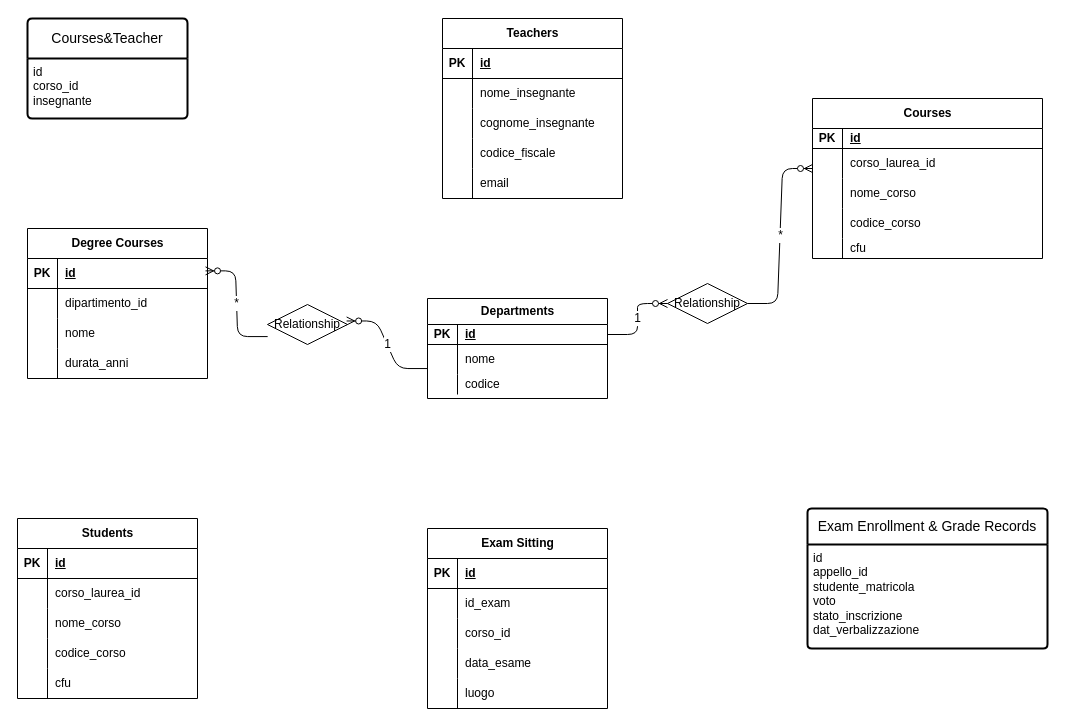
GianniVita/db-university keeps this draw.io diagram as ER.drawio. Above is the earlier version. Source tidied: cells renumbered, new cells numbered last; positions are measured from the earlier drawing's top-left corner, leaving out a move shared by most shapes. Both pictures are drawn from the tidied source at 100%, with x=0, y=0 at pixel (17, 18).
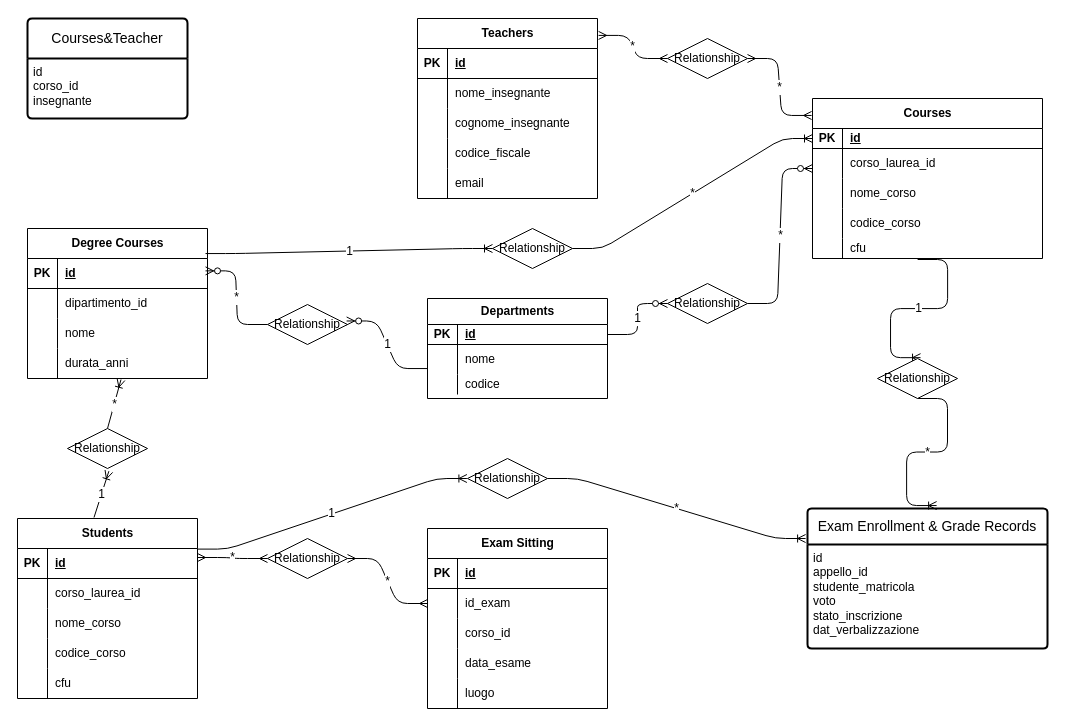
After the change.

Commit message:
refactor university database schema for improved clarity and organization

Unchanged cells that the change refers to:
```xml
<mxCell id="12" value="Degree Courses" style="shape=table;startSize=30;childLayout=tableLayout;rowLines=0;fontStyle=1;align=center;html=1;" parent="1" vertex="1">
  <mxGeometry x="10" y="210" width="180" height="150" as="geometry" />
</mxCell>
<mxCell id="13" style="shape=tableRow;horizontal=0;startSize=0;swimlaneHead=0;swimlaneBody=0;fillColor=none;points=[[0,0.5],[1,0.5]];portConstraint=eastwest;top=0;left=0;right=0;bottom=1;" parent="12" vertex="1">
  <mxGeometry y="30" width="180" height="30" as="geometry" />
</mxCell>
<mxCell id="26" style="shape=tableRow;horizontal=0;startSize=0;swimlaneHead=0;swimlaneBody=0;fillColor=none;points=[[0,0.5],[1,0.5]];portConstraint=eastwest;top=0;left=0;right=0;bottom=1;" parent="25" vertex="1">
  <mxGeometry y="30" width="180" height="30" as="geometry" />
</mxCell>
<mxCell id="61" style="shape=tableRow;horizontal=0;startSize=0;swimlaneHead=0;swimlaneBody=0;fillColor=none;points=[[0,0.5],[1,0.5]];portConstraint=eastwest;top=0;left=0;right=0;bottom=0;" parent="57" vertex="1">
  <mxGeometry y="60" width="180" height="30" as="geometry" />
</mxCell>
<mxCell id="75" value="Exam Enrollment &amp;amp; Grade Records" style="swimlane;horizontal=1;startSize=36;rounded=1;fontSize=14;fontStyle=0;strokeWidth=2;shadow=0;dashed=0;align=center;arcSize=4;whiteSpace=wrap;html=1;" parent="1" vertex="1">
  <mxGeometry x="790" y="490" width="240" height="140" as="geometry" />
</mxCell>
<mxCell id="77" value="Courses" style="shape=table;startSize=30;childLayout=tableLayout;rowLines=0;fontStyle=1;align=center;html=1;" parent="1" vertex="1">
  <mxGeometry x="795" y="80" width="230" height="160" as="geometry" />
</mxCell>
<mxCell id="78" style="shape=tableRow;horizontal=0;startSize=0;swimlaneHead=0;swimlaneBody=0;fillColor=none;points=[[0,0.5],[1,0.5]];portConstraint=eastwest;top=0;left=0;right=0;bottom=1;" parent="77" vertex="1">
  <mxGeometry y="30" width="230" height="20" as="geometry" />
</mxCell>
<mxCell id="90" style="shape=tableRow;horizontal=0;startSize=0;swimlaneHead=0;swimlaneBody=0;fillColor=none;points=[[0,0.5],[1,0.5]];portConstraint=eastwest;top=0;left=0;right=0;bottom=0;" parent="77" vertex="1">
  <mxGeometry y="140" width="230" height="20" as="geometry" />
</mxCell>
<mxCell id="98" value="Relationship" style="shape=rhombus;perimeter=rhombusPerimeter;whiteSpace=wrap;html=1;align=center;" parent="1" vertex="1">
  <mxGeometry x="250" y="286" width="80" height="40" as="geometry" />
</mxCell>
```

What changed in the source:
```diff
@@
     <mxCell id="41" value="Teachers" style="shape=table;startSize=30;childLayout=tableLayout;rowLines=0;fontStyle=1;align=center;html=1;" parent="1" vertex="1">
-      <mxGeometry x="425" width="180" height="180" as="geometry" />
+      <mxGeometry x="400" width="180" height="180" as="geometry" />
     </mxCell>
@@
-    <mxCell id="96" value="*" style="edgeStyle=entityRelationEdgeStyle;fontSize=12;html=1;endArrow=ERzeroToMany;endFill=1;entryX=0.989;entryY=0.412;entryDx=0;entryDy=0;entryPerimeter=0;exitX=0.002;exitY=0.802;exitDx=0;exitDy=0;exitPerimeter=0;" parent="1" edge="1" source="98" target="13">
+    <mxCell id="96" value="*" style="edgeStyle=entityRelationEdgeStyle;fontSize=12;html=1;endArrow=ERzeroToMany;endFill=1;entryX=0.989;entryY=0.412;entryDx=0;entryDy=0;entryPerimeter=0;exitX=0;exitY=0.5;exitDx=0;exitDy=0;" parent="1" edge="1" source="98" target="13">
       <mxGeometry relative="1" as="geometry" />
     </mxCell>
@@
+    <mxCell id="99" value="*" style="edgeStyle=entityRelationEdgeStyle;fontSize=12;html=1;endArrow=ERoneToMany;entryX=0;entryY=0.5;entryDx=0;entryDy=0;exitX=1;exitY=0.5;exitDx=0;exitDy=0;" parent="1" edge="1" source="101" target="78">
+      <mxGeometry relative="1" as="geometry">
+        <Array as="points">
+          <mxPoint x="740" y="80" />
+          <mxPoint x="760" y="120" />
+        </Array>
+      </mxGeometry>
+    </mxCell>
+    <mxCell id="100" value="1" style="edgeStyle=entityRelationEdgeStyle;fontSize=12;html=1;endArrow=ERoneToMany;entryX=0;entryY=0.5;entryDx=0;entryDy=0;exitX=0.989;exitY=0.167;exitDx=0;exitDy=0;exitPerimeter=0;" parent="1" edge="1" source="12" target="101">
+      <mxGeometry relative="1" as="geometry" />
+    </mxCell>
+    <mxCell id="101" value="Relationship" style="shape=rhombus;perimeter=rhombusPerimeter;whiteSpace=wrap;html=1;align=center;" parent="1" vertex="1">
+      <mxGeometry x="475" y="210" width="80" height="40" as="geometry" />
+    </mxCell>
+    <mxCell id="102" value="*" style="fontSize=12;html=1;endArrow=ERoneToMany;entryX=0.517;entryY=1.067;entryDx=0;entryDy=0;entryPerimeter=0;exitX=0.5;exitY=0;exitDx=0;exitDy=0;" parent="1" edge="1" source="104">
+      <mxGeometry relative="1" as="geometry">
+        <mxPoint x="103.5" y="361" as="targetPoint" />
+      </mxGeometry>
+    </mxCell>
+    <mxCell id="103" value="1" style="fontSize=12;html=1;endArrow=ERoneToMany;entryX=0.517;entryY=1.067;entryDx=0;entryDy=0;entryPerimeter=0;exitX=0.422;exitY=0;exitDx=0;exitDy=0;exitPerimeter=0;" parent="1" edge="1" target="104">
+      <mxGeometry relative="1" as="geometry">
+        <mxPoint x="76.5" y="499" as="sourcePoint" />
+      </mxGeometry>
+    </mxCell>
+    <mxCell id="104" value="Relationship" style="shape=rhombus;perimeter=rhombusPerimeter;whiteSpace=wrap;html=1;align=center;" parent="1" vertex="1">
+      <mxGeometry x="50" y="410" width="80" height="40" as="geometry" />
+    </mxCell>
+    <mxCell id="105" value="*" style="edgeStyle=entityRelationEdgeStyle;fontSize=12;html=1;endArrow=ERoneToMany;entryX=0.538;entryY=-0.021;entryDx=0;entryDy=0;entryPerimeter=0;exitX=0.5;exitY=1;exitDx=0;exitDy=0;" parent="1" edge="1" source="107" target="75">
+      <mxGeometry relative="1" as="geometry">
+        <Array as="points">
+          <mxPoint x="1250" y="296" />
+          <mxPoint x="1150" y="356" />
+        </Array>
+      </mxGeometry>
+    </mxCell>
+    <mxCell id="106" value="1" style="edgeStyle=entityRelationEdgeStyle;fontSize=12;html=1;endArrow=ERoneToMany;entryX=0.538;entryY=-0.021;entryDx=0;entryDy=0;entryPerimeter=0;exitX=0.457;exitY=1.05;exitDx=0;exitDy=0;exitPerimeter=0;" parent="1" edge="1" source="90" target="107">
+      <mxGeometry relative="1" as="geometry" />
+    </mxCell>
+    <mxCell id="107" value="Relationship" style="shape=rhombus;perimeter=rhombusPerimeter;whiteSpace=wrap;html=1;align=center;" parent="1" vertex="1">
+      <mxGeometry x="860" y="340" width="80" height="40" as="geometry" />
+    </mxCell>
+    <mxCell id="108" value="*" style="edgeStyle=entityRelationEdgeStyle;fontSize=12;html=1;endArrow=ERmany;startArrow=ERmany;entryX=-0.004;entryY=0.106;entryDx=0;entryDy=0;entryPerimeter=0;" parent="1" edge="1" target="77">
+      <mxGeometry relative="1" as="geometry">
+        <mxPoint x="730" y="40" as="sourcePoint" />
+      </mxGeometry>
+    </mxCell>
+    <mxCell id="109" value="*" style="edgeStyle=entityRelationEdgeStyle;fontSize=12;html=1;endArrow=ERmany;startArrow=ERmany;exitX=1.006;exitY=0.094;exitDx=0;exitDy=0;exitPerimeter=0;entryX=0;entryY=0.5;entryDx=0;entryDy=0;" parent="1" edge="1" source="41" target="110">
+      <mxGeometry relative="1" as="geometry" />
+    </mxCell>
+    <mxCell id="110" value="Relationship" style="shape=rhombus;perimeter=rhombusPerimeter;whiteSpace=wrap;html=1;align=center;" parent="1" vertex="1">
+      <mxGeometry x="650" y="20" width="80" height="40" as="geometry" />
+    </mxCell>
+    <mxCell id="111" value="*" style="edgeStyle=entityRelationEdgeStyle;fontSize=12;html=1;endArrow=ERmany;startArrow=ERmany;exitX=1;exitY=0.5;exitDx=0;exitDy=0;entryX=0;entryY=0.5;entryDx=0;entryDy=0;" parent="1" edge="1" source="113" target="61">
+      <mxGeometry relative="1" as="geometry" />
+    </mxCell>
+    <mxCell id="112" value="*" style="edgeStyle=entityRelationEdgeStyle;fontSize=12;html=1;endArrow=ERmany;startArrow=ERmany;exitX=1;exitY=0.3;exitDx=0;exitDy=0;exitPerimeter=0;entryX=0;entryY=0.5;entryDx=0;entryDy=0;" parent="1" edge="1" source="26" target="113">
+      <mxGeometry relative="1" as="geometry" />
+    </mxCell>
+    <mxCell id="113" value="Relationship" style="shape=rhombus;perimeter=rhombusPerimeter;whiteSpace=wrap;html=1;align=center;" parent="1" vertex="1">
+      <mxGeometry x="250" y="520" width="80" height="40" as="geometry" />
+    </mxCell>
+    <mxCell id="114" value="*" style="edgeStyle=entityRelationEdgeStyle;fontSize=12;html=1;endArrow=ERoneToMany;exitX=1;exitY=0.5;exitDx=0;exitDy=0;entryX=-0.008;entryY=0.086;entryDx=0;entryDy=0;entryPerimeter=0;" parent="1" edge="1" source="116">
+      <mxGeometry relative="1" as="geometry">
+        <mxPoint x="788.1" y="520" as="targetPoint" />
+      </mxGeometry>
+    </mxCell>
+    <mxCell id="115" value="1" style="edgeStyle=entityRelationEdgeStyle;fontSize=12;html=1;endArrow=ERoneToMany;exitX=1;exitY=0.078;exitDx=0;exitDy=0;exitPerimeter=0;entryX=-0.008;entryY=0.086;entryDx=0;entryDy=0;entryPerimeter=0;" parent="1" edge="1">
+      <mxGeometry relative="1" as="geometry">
+        <mxPoint x="180" y="530.6" as="sourcePoint" />
+        <mxPoint x="449.4" y="460" as="targetPoint" />
+      </mxGeometry>
+    </mxCell>
+    <mxCell id="116" value="Relationship" style="shape=rhombus;perimeter=rhombusPerimeter;whiteSpace=wrap;html=1;align=center;" parent="1" vertex="1">
+      <mxGeometry x="450" y="440" width="80" height="40" as="geometry" />
+    </mxCell>
```
